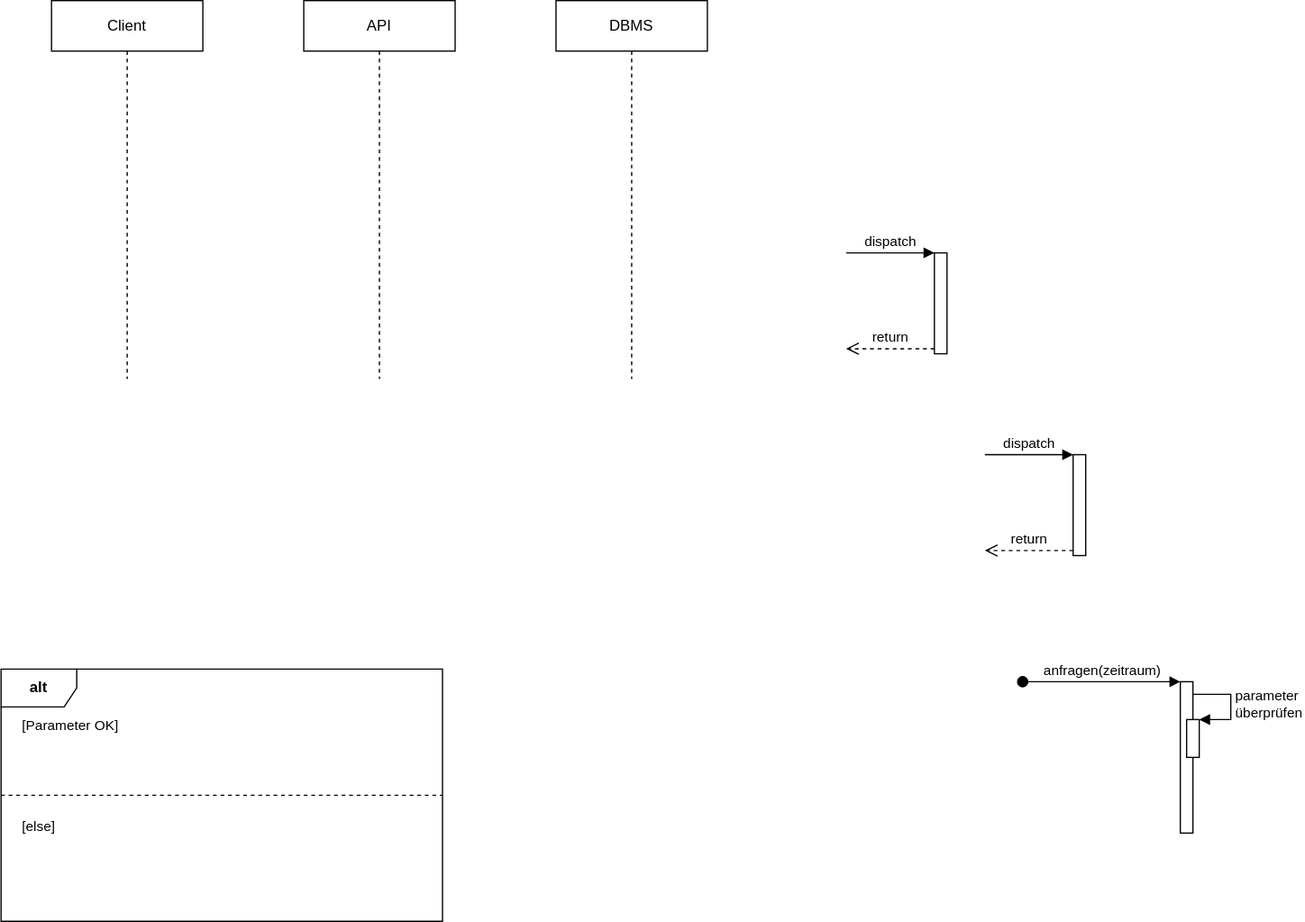
Earlier version of the draw.io export diagramme/UML-Sequence_Detailplanung.drawio.svg (gsoTH/tischreservierung). Source tidied: cells renumbered, new cells last; positions are measured from the earlier drawing's top-left corner, leaving out a move shared by most shapes.
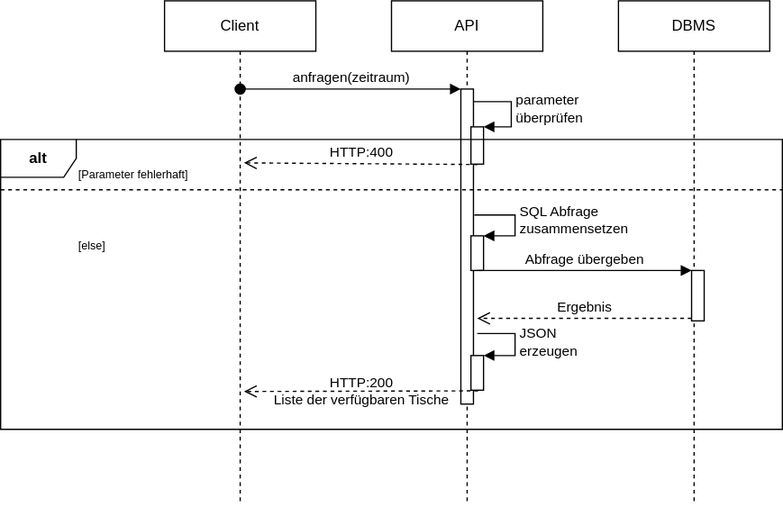
The same file after the commit.

What changed in the source:
```diff
@@ -3,73 +3,94 @@
     <mxCell id="0" />
     <mxCell id="1" parent="0" />
     <mxCell id="2" value="API" style="shape=umlLifeline;perimeter=lifelinePerimeter;whiteSpace=wrap;html=1;" parent="1" vertex="1">
-      <mxGeometry x="240" width="120" height="300" as="geometry" />
+      <mxGeometry x="240" width="120" height="400" as="geometry" />
     </mxCell>
+    <mxCell id="14" style="html=1;points=[];perimeter=orthogonalPerimeter;" parent="2" vertex="1">
+      <mxGeometry x="55" y="70" width="10" height="250" as="geometry" />
+    </mxCell>
+    <mxCell id="15" style="html=1;points=[];perimeter=orthogonalPerimeter;" parent="2" vertex="1">
+      <mxGeometry x="63" y="100" width="10" height="29.6" as="geometry" />
+    </mxCell>
+    <mxCell id="16" value="parameter&lt;br&gt;überprüfen" style="edgeStyle=orthogonalEdgeStyle;html=1;align=left;spacingLeft=2;endArrow=block;rounded=0;entryX=1;entryY=0;" parent="2" edge="1" target="15">
+      <mxGeometry relative="1" as="geometry">
+        <mxPoint x="65" y="80" as="sourcePoint" />
+        <Array as="points">
+          <mxPoint x="95" y="80" />
+        </Array>
+      </mxGeometry>
+    </mxCell>
+    <mxCell id="17" value="&lt;div&gt;anfragen(zeitraum)&lt;/div&gt;" style="html=1;verticalAlign=bottom;startArrow=oval;endArrow=block;startSize=8;rounded=0;" parent="2" edge="1" target="14">
+      <mxGeometry relative="1" as="geometry">
+        <mxPoint x="-120" y="70" as="sourcePoint" />
+      </mxGeometry>
+    </mxCell>
+    <mxCell id="20" style="html=1;points=[];perimeter=orthogonalPerimeter;fontSize=11;" parent="2" vertex="1">
+      <mxGeometry x="63" y="186.5" width="10" height="27.5" as="geometry" />
+    </mxCell>
+    <mxCell id="21" value="SQL Abfrage&lt;br&gt;zusammensetzen" style="edgeStyle=orthogonalEdgeStyle;html=1;align=left;spacingLeft=2;endArrow=block;rounded=0;entryX=1;entryY=0;fontSize=11;exitX=1.067;exitY=0.36;exitDx=0;exitDy=0;exitPerimeter=0;" parent="2" edge="1" target="20">
+      <mxGeometry relative="1" as="geometry">
+        <mxPoint x="65.7" y="170" as="sourcePoint" />
+        <Array as="points">
+          <mxPoint x="66" y="169.4" />
+          <mxPoint x="98" y="169.4" />
+          <mxPoint x="98" y="186.4" />
+        </Array>
+      </mxGeometry>
+    </mxCell>
+    <mxCell id="22" value="HTTP:400" style="html=1;verticalAlign=bottom;endArrow=open;dashed=1;endSize=8;rounded=0;fontSize=11;exitX=0.514;exitY=1.01;exitDx=0;exitDy=0;exitPerimeter=0;" parent="2" edge="1" source="15">
+      <mxGeometry relative="1" as="geometry">
+        <mxPoint x="-117" y="128.6" as="targetPoint" />
+      </mxGeometry>
+    </mxCell>
+    <mxCell id="23" style="html=1;points=[];perimeter=orthogonalPerimeter;fontSize=11;" parent="2" vertex="1">
+      <mxGeometry x="63" y="281.5" width="10" height="27.5" as="geometry" />
+    </mxCell>
+    <mxCell id="24" value="JSON &lt;br&gt;erzeugen" style="edgeStyle=orthogonalEdgeStyle;html=1;align=left;spacingLeft=2;endArrow=block;rounded=0;entryX=1;entryY=0;fontSize=11;" parent="2" edge="1" target="23">
+      <mxGeometry relative="1" as="geometry">
+        <mxPoint x="68" y="264" as="sourcePoint" />
+        <Array as="points">
+          <mxPoint x="98" y="264" />
+        </Array>
+      </mxGeometry>
+    </mxCell>
     <mxCell id="3" style="group;" parent="1" vertex="1">
-      <mxGeometry y="530" width="350" height="200" as="geometry" />
+      <mxGeometry x="-70" y="110" width="620" height="230" as="geometry" />
     </mxCell>
     <mxCell id="4" value="&lt;b&gt;alt&lt;/b&gt;" style="shape=umlFrame;whiteSpace=wrap;html=1;" parent="3" vertex="1">
-      <mxGeometry width="350" height="200" as="geometry" />
+      <mxGeometry width="620" height="230" as="geometry" />
     </mxCell>
-    <mxCell id="5" value="[Parameter OK]" style="text;html=1;strokeColor=none;fillColor=none;align=left;verticalAlign=middle;whiteSpace=wrap;rounded=0;fontSize=11;" parent="3" vertex="1">
-      <mxGeometry x="15" y="30" width="100" height="30" as="geometry" />
+    <mxCell id="5" value="&lt;font style=&quot;font-size: 9px;&quot;&gt;[Parameter fehlerhaft]&lt;/font&gt;" style="text;html=1;strokeColor=none;fillColor=none;align=left;verticalAlign=middle;whiteSpace=wrap;rounded=0;fontSize=11;" parent="3" vertex="1">
+      <mxGeometry x="60" y="10" width="221.4" height="34.5" as="geometry" />
     </mxCell>
-    <mxCell id="6" value="&lt;div align=&quot;left&quot;&gt;[else]&lt;/div&gt;" style="text;html=1;strokeColor=none;fillColor=none;align=left;verticalAlign=middle;whiteSpace=wrap;rounded=0;fontSize=11;" parent="3" vertex="1">
-      <mxGeometry x="15" y="110" width="100" height="30" as="geometry" />
+    <mxCell id="6" value="&lt;div style=&quot;font-size: 9px;&quot; align=&quot;left&quot;&gt;[else]&lt;/div&gt;" style="text;html=1;strokeColor=none;fillColor=none;align=left;verticalAlign=middle;whiteSpace=wrap;rounded=0;fontSize=11;" parent="3" vertex="1">
+      <mxGeometry x="60" y="67.6" width="177.1" height="34.5" as="geometry" />
     </mxCell>
-    <mxCell id="7" style="line;strokeWidth=1;fillColor=none;align=left;verticalAlign=middle;spacingTop=-1;spacingLeft=3;spacingRight=3;labelPosition=right;fontSize=11;dashed=1;" parent="3" vertex="1">
-      <mxGeometry y="96" width="350" height="8" as="geometry" />
+    <mxCell id="7" style="line;strokeWidth=1;fillColor=none;align=left;verticalAlign=middle;spacingTop=-1;spacingLeft=3;spacingRight=3;labelPosition=right;fontSize=11;dashed=1;labelBackgroundColor=none;" parent="3" vertex="1">
+      <mxGeometry y="35.3" width="620" height="9.2" as="geometry" />
     </mxCell>
-    <mxCell id="8" style="html=1;points=[];perimeter=orthogonalPerimeter;fontSize=11;" parent="1" vertex="1">
-      <mxGeometry x="850" y="360" width="10" height="80" as="geometry" />
-    </mxCell>
-    <mxCell id="9" value="dispatch" style="html=1;verticalAlign=bottom;endArrow=block;entryX=0;entryY=0;rounded=0;fontSize=11;" parent="1" edge="1" target="8">
-      <mxGeometry relative="1" as="geometry">
-        <mxPoint x="780" y="360" as="sourcePoint" />
-      </mxGeometry>
-    </mxCell>
-    <mxCell id="10" value="return" style="html=1;verticalAlign=bottom;endArrow=open;dashed=1;endSize=8;exitX=0;exitY=0.95;rounded=0;fontSize=11;" parent="1" edge="1" source="8">
-      <mxGeometry relative="1" as="geometry">
-        <mxPoint x="780" y="436" as="targetPoint" />
-      </mxGeometry>
-    </mxCell>
-    <mxCell id="11" style="html=1;points=[];perimeter=orthogonalPerimeter;fontSize=11;" parent="1" vertex="1">
-      <mxGeometry x="740" y="200" width="10" height="80" as="geometry" />
-    </mxCell>
-    <mxCell id="12" value="dispatch" style="html=1;verticalAlign=bottom;endArrow=block;entryX=0;entryY=0;rounded=0;fontSize=11;" parent="1" edge="1" target="11">
-      <mxGeometry relative="1" as="geometry">
-        <mxPoint x="670" y="200" as="sourcePoint" />
-      </mxGeometry>
-    </mxCell>
-    <mxCell id="13" value="return" style="html=1;verticalAlign=bottom;endArrow=open;dashed=1;endSize=8;exitX=0;exitY=0.95;rounded=0;fontSize=11;" parent="1" edge="1" source="11">
-      <mxGeometry relative="1" as="geometry">
-        <mxPoint x="670" y="276" as="targetPoint" />
-      </mxGeometry>
-    </mxCell>
-    <mxCell id="14" style="html=1;points=[];perimeter=orthogonalPerimeter;" parent="1" vertex="1">
-      <mxGeometry x="935" y="540" width="10" height="120" as="geometry" />
-    </mxCell>
-    <mxCell id="15" style="html=1;points=[];perimeter=orthogonalPerimeter;" parent="1" vertex="1">
-      <mxGeometry x="940" y="570" width="10" height="30" as="geometry" />
-    </mxCell>
-    <mxCell id="16" value="parameter&lt;br&gt;überprüfen" style="edgeStyle=orthogonalEdgeStyle;html=1;align=left;spacingLeft=2;endArrow=block;rounded=0;entryX=1;entryY=0;" parent="1" edge="1" target="15">
-      <mxGeometry relative="1" as="geometry">
-        <mxPoint x="945" y="550" as="sourcePoint" />
-        <Array as="points">
-          <mxPoint x="975" y="550" />
-        </Array>
-      </mxGeometry>
-    </mxCell>
-    <mxCell id="17" value="&lt;div&gt;anfragen(zeitraum)&lt;/div&gt;" style="html=1;verticalAlign=bottom;startArrow=oval;endArrow=block;startSize=8;rounded=0;" parent="1" edge="1" target="14">
-      <mxGeometry relative="1" as="geometry">
-        <mxPoint x="810" y="540" as="sourcePoint" />
-      </mxGeometry>
-    </mxCell>
     <mxCell id="18" value="DBMS" style="shape=umlLifeline;perimeter=lifelinePerimeter;whiteSpace=wrap;html=1;" parent="1" vertex="1">
-      <mxGeometry x="440" width="120" height="300" as="geometry" />
+      <mxGeometry x="420" width="120" height="400" as="geometry" />
     </mxCell>
+    <mxCell id="25" style="html=1;points=[];perimeter=orthogonalPerimeter;fontSize=11;" parent="18" vertex="1">
+      <mxGeometry x="58" y="214" width="10" height="40" as="geometry" />
+    </mxCell>
+    <mxCell id="26" value="Abfrage übergeben" style="html=1;verticalAlign=bottom;endArrow=block;entryX=0;entryY=0;rounded=0;fontSize=11;" parent="18" edge="1" target="25">
+      <mxGeometry relative="1" as="geometry">
+        <mxPoint x="-112" y="214" as="sourcePoint" />
+      </mxGeometry>
+    </mxCell>
     <mxCell id="19" value="Client" style="shape=umlLifeline;perimeter=lifelinePerimeter;whiteSpace=wrap;html=1;" parent="1" vertex="1">
-      <mxGeometry x="40" width="120" height="300" as="geometry" />
+      <mxGeometry x="60" width="120" height="400" as="geometry" />
     </mxCell>
+    <mxCell id="27" value="HTTP:200&lt;br&gt;Liste der verfügbaren Tische" style="html=1;verticalAlign=middle;endArrow=open;dashed=1;endSize=8;rounded=0;fontSize=11;labelBackgroundColor=none;exitX=0.567;exitY=1.019;exitDx=0;exitDy=0;exitPerimeter=0;" parent="19" edge="1" source="23">
+      <mxGeometry relative="1" as="geometry">
+        <mxPoint x="63" y="310" as="targetPoint" />
+      </mxGeometry>
+    </mxCell>
+    <mxCell id="28" value="Ergebnis" style="html=1;verticalAlign=bottom;endArrow=open;dashed=1;endSize=8;exitX=0;exitY=0.95;rounded=0;fontSize=11;" parent="1" edge="1" source="25">
+      <mxGeometry relative="1" as="geometry">
+        <mxPoint x="308" y="252" as="targetPoint" />
+      </mxGeometry>
+    </mxCell>
   </root>
 </mxGraphModel>
```
